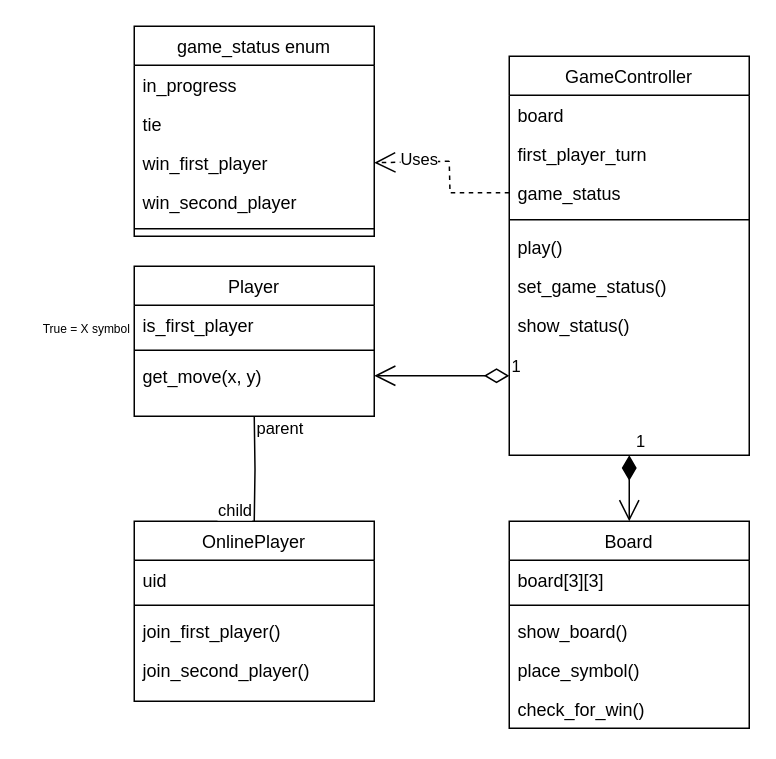
Before: hw1/diagram_tictactoe_class.drawio in vsawce/cmpe131-slugs, a draw.io diagram. Source tidied: cells renumbered, new cells numbered last; positions are measured from the earlier drawing's top-left corner, leaving out a move shared by most shapes. Both pictures are drawn from the tidied source at 150%, with x=0, y=0 at pixel (26, 26).
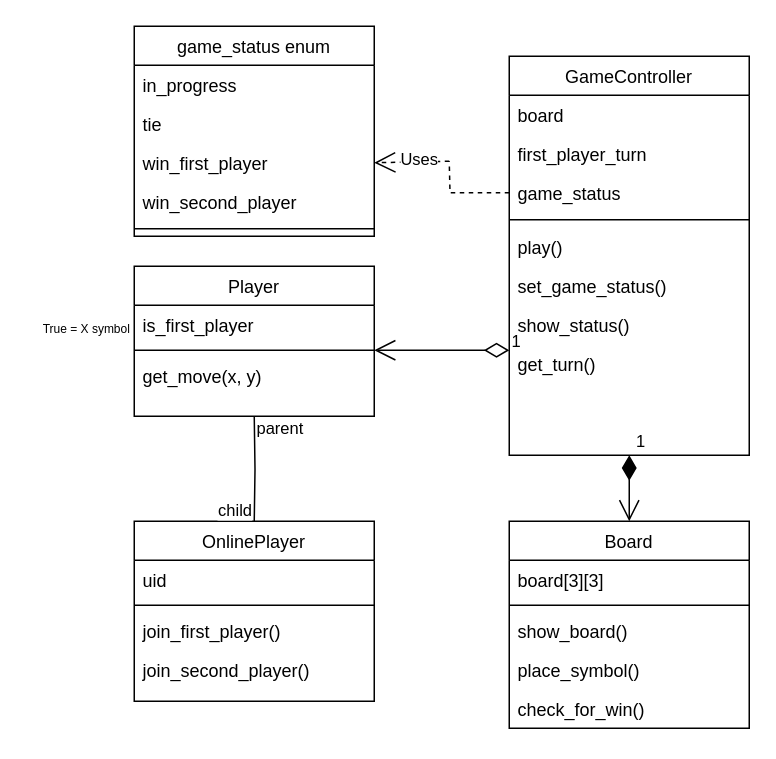
The same diagram, later.

Commit message:
Added get_turn()

The change refers to these unchanged cells:
```xml
<mxCell id="17" value="GameController&#10;" style="swimlane;fontStyle=0;align=center;verticalAlign=top;horizontal=1;startSize=26;rounded=0;shadow=0;strokeWidth=1;" parent="1" vertex="1">
  <mxGeometry x="322" y="20" width="160" height="266" as="geometry" />
</mxCell>
```

Diff of the diagram source:
```diff
@@
+    <mxCell id="39" value="get_turn()" style="text;align=left;verticalAlign=top;spacingLeft=4;spacingRight=4;overflow=hidden;rounded=0;shadow=0;html=0;" parent="17" vertex="1">
+      <mxGeometry y="192" width="160" height="26" as="geometry" />
+    </mxCell>
@@
     <mxCell id="26" value="1" style="endArrow=open;html=1;endSize=12;startArrow=diamondThin;startSize=14;startFill=0;edgeStyle=orthogonalEdgeStyle;align=left;verticalAlign=bottom;rounded=0;entryX=1;entryY=0.5;entryDx=0;entryDy=0;" parent="1" edge="1">
       <mxGeometry x="-1" y="3" relative="1" as="geometry">
-        <mxPoint x="322" y="233" as="sourcePoint" />
-        <mxPoint x="232" y="233" as="targetPoint" />
+        <mxPoint x="322" y="216" as="sourcePoint" />
+        <mxPoint x="232" y="216" as="targetPoint" />
       </mxGeometry>
     </mxCell>
```
